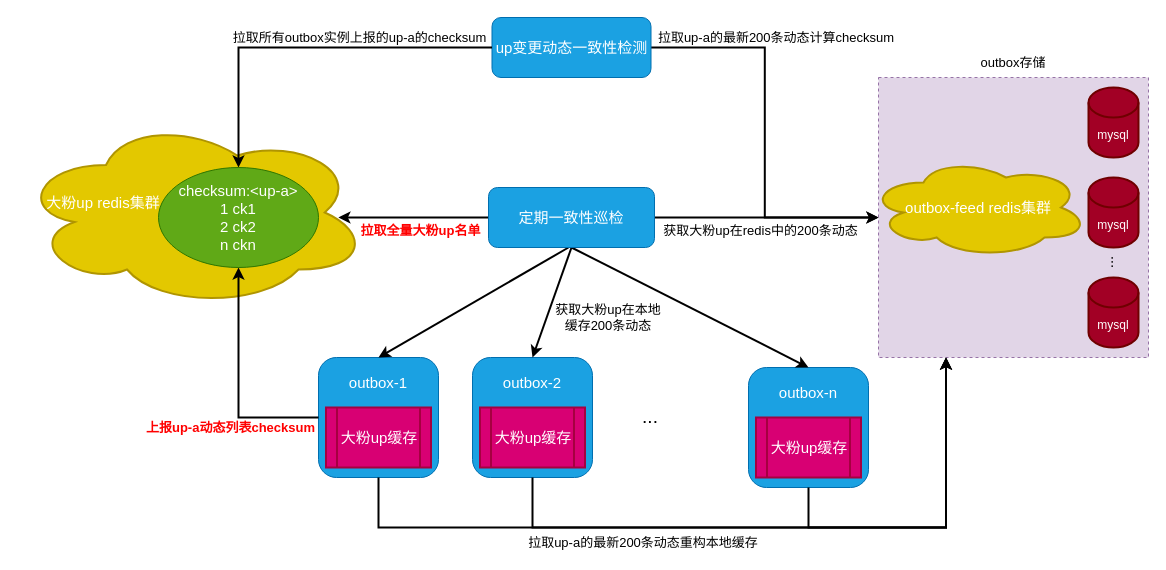
smartcharles/tech_draw keeps this draw.io diagram as outbox本地缓存的一致性检测.drawio. Above is the earlier version. Source tidied: cells renumbered, new cells numbered last; positions are measured from the earlier drawing's top-left corner, leaving out a move shared by most shapes. Both pictures are drawn from the tidied source at 100%, with x=0, y=0 at pixel (18, 17).
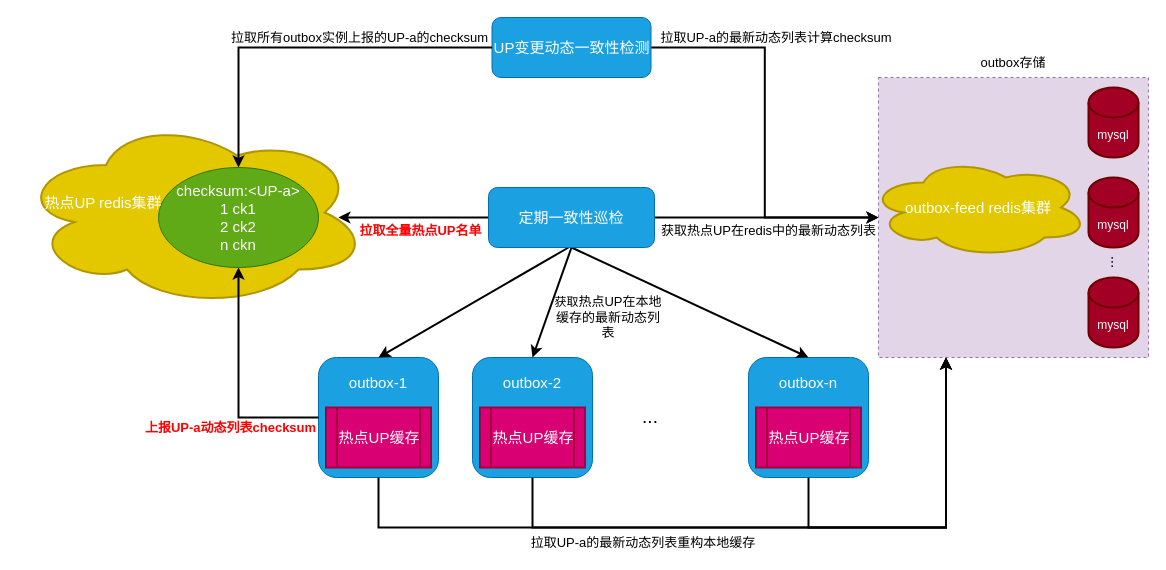
The same page after the edit.

Commit message:
更新outbox本地缓存的一致性检测.drawio

Unchanged cells that the change refers to:
```xml
<mxCell id="2" style="group;" parent="1" vertex="1">
  <mxGeometry x="300" y="340" width="120" height="120" as="geometry" />
</mxCell>
<mxCell id="6" style="group;" parent="1" vertex="1">
  <mxGeometry x="454" y="340" width="120" height="120" as="geometry" />
</mxCell>
```

Change to the diagram source:
```diff
@@
-    <mxCell id="4" value="&lt;span style=&quot;font-size: 15px;&quot;&gt;大粉up缓存&lt;/span&gt;" style="shape=process;whiteSpace=wrap;html=1;backgroundOutline=1;strokeWidth=2;fillColor=#d80073;fontColor=#ffffff;strokeColor=#A50040;" parent="2" vertex="1">
+    <mxCell id="4" value="&lt;span style=&quot;font-size: 15px;&quot;&gt;热点UP缓存&lt;/span&gt;" style="shape=process;whiteSpace=wrap;html=1;backgroundOutline=1;strokeWidth=2;fillColor=#d80073;fontColor=#ffffff;strokeColor=#A50040;" parent="2" vertex="1">
       <mxGeometry x="7.5" y="50" width="105" height="60" as="geometry" />
     </mxCell>
@@
-    <mxCell id="8" value="&lt;span style=&quot;font-size: 15px;&quot;&gt;大粉up缓存&lt;/span&gt;" style="shape=process;whiteSpace=wrap;html=1;backgroundOutline=1;strokeWidth=2;fillColor=#d80073;fontColor=#ffffff;strokeColor=#A50040;" parent="6" vertex="1">
+    <mxCell id="8" value="&lt;span style=&quot;font-size: 15px;&quot;&gt;热点UP缓存&lt;/span&gt;" style="shape=process;whiteSpace=wrap;html=1;backgroundOutline=1;strokeWidth=2;fillColor=#d80073;fontColor=#ffffff;strokeColor=#A50040;" parent="6" vertex="1">
       <mxGeometry x="7.5" y="50" width="105" height="60" as="geometry" />
     </mxCell>
@@
     <mxCell id="10" style="group;" parent="1" vertex="1">
-      <mxGeometry x="730" y="350" width="120" height="120" as="geometry" />
+      <mxGeometry x="730" y="340" width="120" height="120" as="geometry" />
     </mxCell>
@@
-    <mxCell id="12" value="&lt;span style=&quot;font-size: 15px;&quot;&gt;大粉up缓存&lt;/span&gt;" style="shape=process;whiteSpace=wrap;html=1;backgroundOutline=1;strokeWidth=2;fillColor=#d80073;fontColor=#ffffff;strokeColor=#A50040;" parent="10" vertex="1">
+    <mxCell id="12" value="&lt;span style=&quot;font-size: 15px;&quot;&gt;热点UP缓存&lt;/span&gt;" style="shape=process;whiteSpace=wrap;html=1;backgroundOutline=1;strokeWidth=2;fillColor=#d80073;fontColor=#ffffff;strokeColor=#A50040;" parent="10" vertex="1">
       <mxGeometry x="7.5" y="50" width="105" height="60" as="geometry" />
     </mxCell>
@@
-    <mxCell id="22" value="&lt;font style=&quot;font-size: 13px;&quot;&gt;拉取up-a的最新200条动态重构本地缓存&lt;/font&gt;" style="text;strokeColor=none;align=center;fillColor=none;html=1;verticalAlign=middle;whiteSpace=wrap;rounded=0;" parent="1" vertex="1">
+    <mxCell id="22" value="&lt;font style=&quot;font-size: 13px;&quot;&gt;拉取UP-a的最新动态列表重构本地缓存&lt;/font&gt;" style="text;strokeColor=none;align=center;fillColor=none;html=1;verticalAlign=middle;whiteSpace=wrap;rounded=0;" parent="1" vertex="1">
       <mxGeometry x="500" y="515" width="250" height="20" as="geometry" />
     </mxCell>
@@
-    <mxCell id="24" value="&lt;span style=&quot;font-size: 15px;&quot;&gt;up变更动态一致性检测&lt;/span&gt;" style="rounded=1;whiteSpace=wrap;html=1;fillColor=#1ba1e2;fontColor=#ffffff;strokeColor=#006EAF;" parent="1" vertex="1">
+    <mxCell id="24" value="&lt;span style=&quot;font-size: 15px;&quot;&gt;UP变更动态一致性检测&lt;/span&gt;" style="rounded=1;whiteSpace=wrap;html=1;fillColor=#1ba1e2;fontColor=#ffffff;strokeColor=#006EAF;" parent="1" vertex="1">
       <mxGeometry x="473.5" width="159" height="60" as="geometry" />
     </mxCell>
@@
-    <mxCell id="32" value="&lt;font style=&quot;font-size: 15px;&quot;&gt;checksum:&amp;lt;up-a&amp;gt;&lt;br&gt;1 ck1&lt;br&gt;2 ck2&lt;br&gt;n ckn&lt;/font&gt;" style="ellipse;whiteSpace=wrap;html=1;fillColor=#60a917;fontColor=#ffffff;strokeColor=#2D7600;" parent="1" vertex="1">
+    <mxCell id="32" value="&lt;font style=&quot;font-size: 15px;&quot;&gt;checksum:&amp;lt;UP-a&amp;gt;&lt;br&gt;1 ck1&lt;br&gt;2 ck2&lt;br&gt;n ckn&lt;/font&gt;" style="ellipse;whiteSpace=wrap;html=1;fillColor=#60a917;fontColor=#ffffff;strokeColor=#2D7600;" parent="1" vertex="1">
       <mxGeometry x="140" y="150" width="160" height="100" as="geometry" />
     </mxCell>
-    <mxCell id="33" value="&lt;font color=&quot;#ffffff&quot; style=&quot;font-size: 15px;&quot;&gt;大粉up redis集群&lt;/font&gt;" style="text;strokeColor=none;align=center;fillColor=none;html=1;verticalAlign=middle;whiteSpace=wrap;rounded=0;" parent="1" vertex="1">
+    <mxCell id="33" value="&lt;font color=&quot;#ffffff&quot; style=&quot;font-size: 15px;&quot;&gt;热点UP redis集群&lt;/font&gt;" style="text;strokeColor=none;align=center;fillColor=none;html=1;verticalAlign=middle;whiteSpace=wrap;rounded=0;" parent="1" vertex="1">
       <mxGeometry x="10" y="167.5" width="150" height="35" as="geometry" />
     </mxCell>
@@
-    <mxCell id="36" value="&lt;font style=&quot;font-size: 13px;&quot;&gt;拉取up-a的最新200条动态计算checksum&lt;/font&gt;" style="text;strokeColor=none;align=center;fillColor=none;html=1;verticalAlign=middle;whiteSpace=wrap;rounded=0;" parent="1" vertex="1">
+    <mxCell id="36" value="&lt;font style=&quot;font-size: 13px;&quot;&gt;拉取UP-a的最新动态列表计算checksum&lt;/font&gt;" style="text;strokeColor=none;align=center;fillColor=none;html=1;verticalAlign=middle;whiteSpace=wrap;rounded=0;" parent="1" vertex="1">
       <mxGeometry x="632.5" y="10" width="250" height="20" as="geometry" />
     </mxCell>
-    <mxCell id="37" value="&lt;font style=&quot;font-size: 13px;&quot;&gt;拉取所有outbox实例上报的up-a的checksum&lt;/font&gt;" style="text;strokeColor=none;align=center;fillColor=none;html=1;verticalAlign=middle;whiteSpace=wrap;rounded=0;" parent="1" vertex="1">
+    <mxCell id="37" value="&lt;font style=&quot;font-size: 13px;&quot;&gt;拉取所有outbox实例上报的UP-a的checksum&lt;/font&gt;" style="text;strokeColor=none;align=center;fillColor=none;html=1;verticalAlign=middle;whiteSpace=wrap;rounded=0;" parent="1" vertex="1">
       <mxGeometry x="209" y="10" width="264.5" height="20" as="geometry" />
     </mxCell>
-    <mxCell id="38" value="&lt;span style=&quot;font-size: 13px;&quot;&gt;&lt;b&gt;&lt;font color=&quot;#ff0000&quot;&gt;拉取全量大粉up名单&lt;/font&gt;&lt;/b&gt;&lt;/span&gt;" style="text;strokeColor=none;align=center;fillColor=none;html=1;verticalAlign=middle;whiteSpace=wrap;rounded=0;strokeWidth=2;" parent="1" vertex="1">
+    <mxCell id="38" value="&lt;span style=&quot;font-size: 13px;&quot;&gt;&lt;b&gt;&lt;font color=&quot;#ff0000&quot;&gt;拉取全量热点UP名单&lt;/font&gt;&lt;/b&gt;&lt;/span&gt;" style="text;strokeColor=none;align=center;fillColor=none;html=1;verticalAlign=middle;whiteSpace=wrap;rounded=0;strokeWidth=2;" parent="1" vertex="1">
       <mxGeometry x="270" y="202.5" width="264.5" height="20" as="geometry" />
     </mxCell>
-    <mxCell id="39" value="&lt;span style=&quot;font-size: 13px;&quot;&gt;获取大粉up在本地缓存200条动态&lt;/span&gt;" style="text;strokeColor=none;align=center;fillColor=none;html=1;verticalAlign=middle;whiteSpace=wrap;rounded=0;strokeWidth=2;" parent="1" vertex="1">
+    <mxCell id="39" value="获取&lt;span style=&quot;font-size: 13px;&quot;&gt;热点UP&lt;/span&gt;&lt;span style=&quot;font-size: 13px;&quot;&gt;在本地缓存的最新动态列表&lt;/span&gt;" style="text;strokeColor=none;align=center;fillColor=none;html=1;verticalAlign=middle;whiteSpace=wrap;rounded=0;strokeWidth=2;" parent="1" vertex="1">
       <mxGeometry x="534.5" y="290" width="110" height="20" as="geometry" />
     </mxCell>
-    <mxCell id="40" value="&lt;span style=&quot;font-size: 13px;&quot;&gt;获取大粉up在redis中的200条动态&lt;/span&gt;" style="text;strokeColor=none;align=center;fillColor=none;html=1;verticalAlign=middle;whiteSpace=wrap;rounded=0;strokeWidth=2;" parent="1" vertex="1">
-      <mxGeometry x="610" y="202.5" width="264.5" height="20" as="geometry" />
+    <mxCell id="40" value="&lt;span style=&quot;font-size: 13px;&quot;&gt;获取热点UP在redis中的最新动态列表&lt;/span&gt;" style="text;strokeColor=none;align=center;fillColor=none;html=1;verticalAlign=middle;whiteSpace=wrap;rounded=0;strokeWidth=2;" parent="1" vertex="1">
+      <mxGeometry x="618" y="202.5" width="264.5" height="20" as="geometry" />
     </mxCell>
@@
-    <mxCell id="44" value="&lt;span style=&quot;font-size: 13px;&quot;&gt;&lt;b&gt;&lt;font color=&quot;#ff0000&quot;&gt;上报up-a动态列表checksum&lt;/font&gt;&lt;/b&gt;&lt;/span&gt;" style="text;strokeColor=none;align=center;fillColor=none;html=1;verticalAlign=middle;whiteSpace=wrap;rounded=0;strokeWidth=2;" parent="1" vertex="1">
+    <mxCell id="44" value="&lt;span style=&quot;font-size: 13px;&quot;&gt;&lt;b&gt;&lt;font color=&quot;#ff0000&quot;&gt;上报UP-a动态列表checksum&lt;/font&gt;&lt;/b&gt;&lt;/span&gt;" style="text;strokeColor=none;align=center;fillColor=none;html=1;verticalAlign=middle;whiteSpace=wrap;rounded=0;strokeWidth=2;" parent="1" vertex="1">
       <mxGeometry x="80" y="400" width="264.5" height="20" as="geometry" />
     </mxCell>
```
